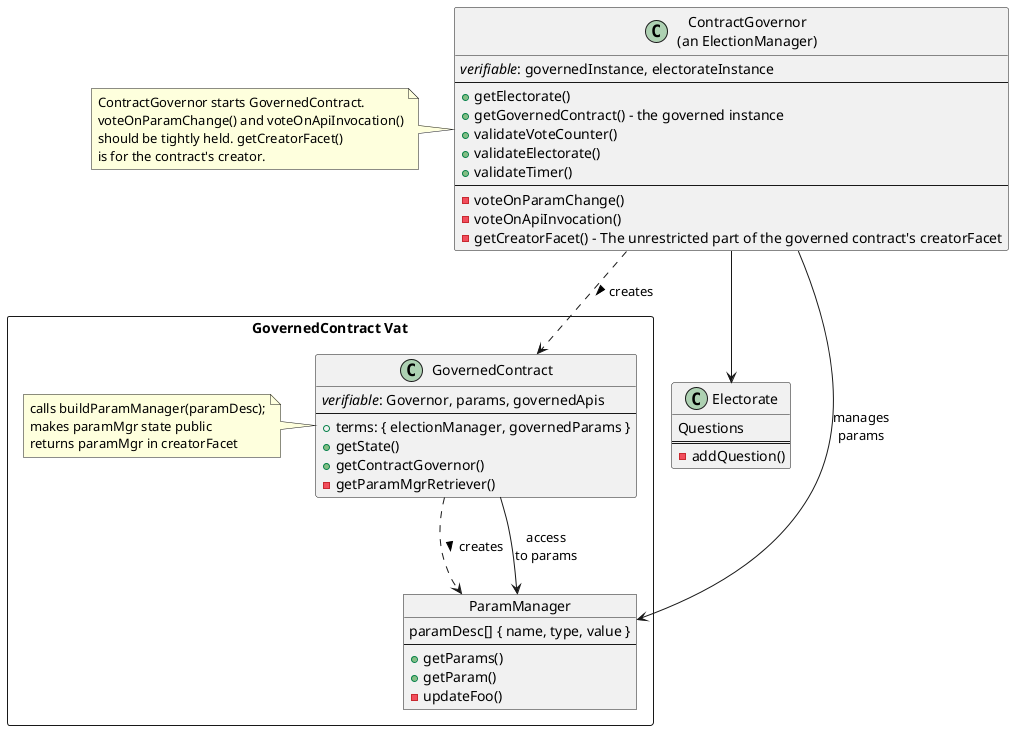
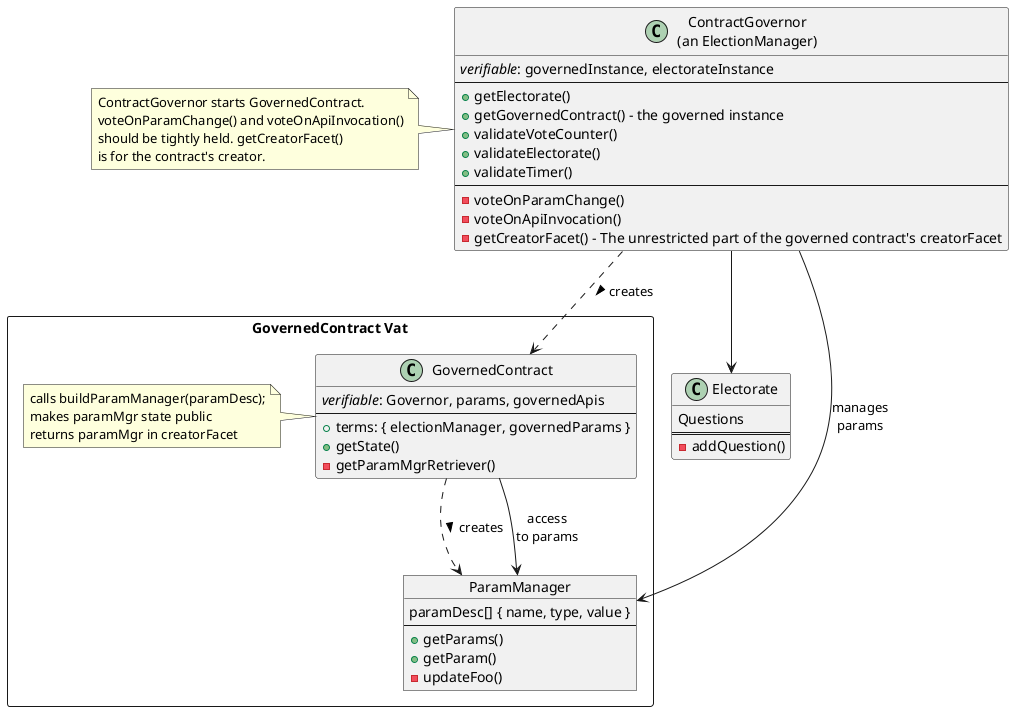
@startuml contractGovernance

package "GovernedContract Vat" <<Rectangle>>  {
    Object ParamManager {
        paramDesc[] { name, type, value }
        --
        +getParams()
        +getParam()
        -updateFoo()
    }

    class GovernedContract {
        <i>verifiable</i>: Governor, params, governedApis
        --
        +terms: { electionManager, governedParams }
        +getState()
-         +getContractGovernor()
        -getParamMgrRetriever()
    }
    note  left : calls buildParamManager(paramDesc);\nmakes paramMgr state public\nreturns paramMgr in creatorFacet
}

class "ContractGovernor\n(an ElectionManager)" as ContractGovernor {
    <i>verifiable</i>: governedInstance, electorateInstance
    --
    +getElectorate()
    +getGovernedContract() - the governed instance
    +validateVoteCounter()
    +validateElectorate()
    +validateTimer()
    --
    -voteOnParamChange()
    -voteOnApiInvocation()
    -getCreatorFacet() - The unrestricted part of the governed contract's creatorFacet
}
note left : ContractGovernor starts GovernedContract.\nvoteOnParamChange() and voteOnApiInvocation()\nshould be tightly held. getCreatorFacet()\nis for the contract's creator.

class Electorate {
    Questions
    ===
    -addQuestion()
}

GovernedContract ..> ParamManager : creates >
GovernedContract --> ParamManager : access\nto params
ContractGovernor ..> GovernedContract : creates >
ContractGovernor --> Electorate
ContractGovernor ==> ParamManager : manages\nparams

@enduml
